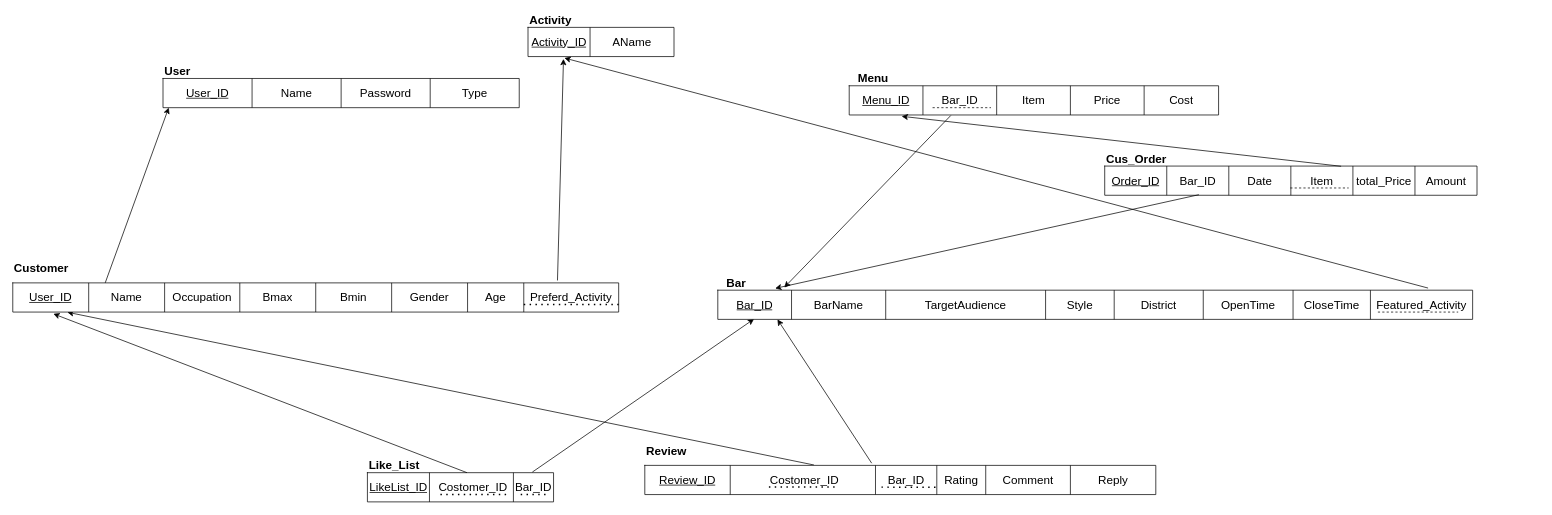
tp12356twNccu/Database_NCCU keeps this draw.io diagram as page "final" (2 of 2) of DBDesign.drawio. Above is the earlier version. Source tidied: cells renumbered, new cells numbered last; positions are measured from the earlier drawing's top-left corner, leaving out a move shared by most shapes. Both pictures are drawn from the tidied source at 73%, with x=0, y=0 at pixel (12, 12).
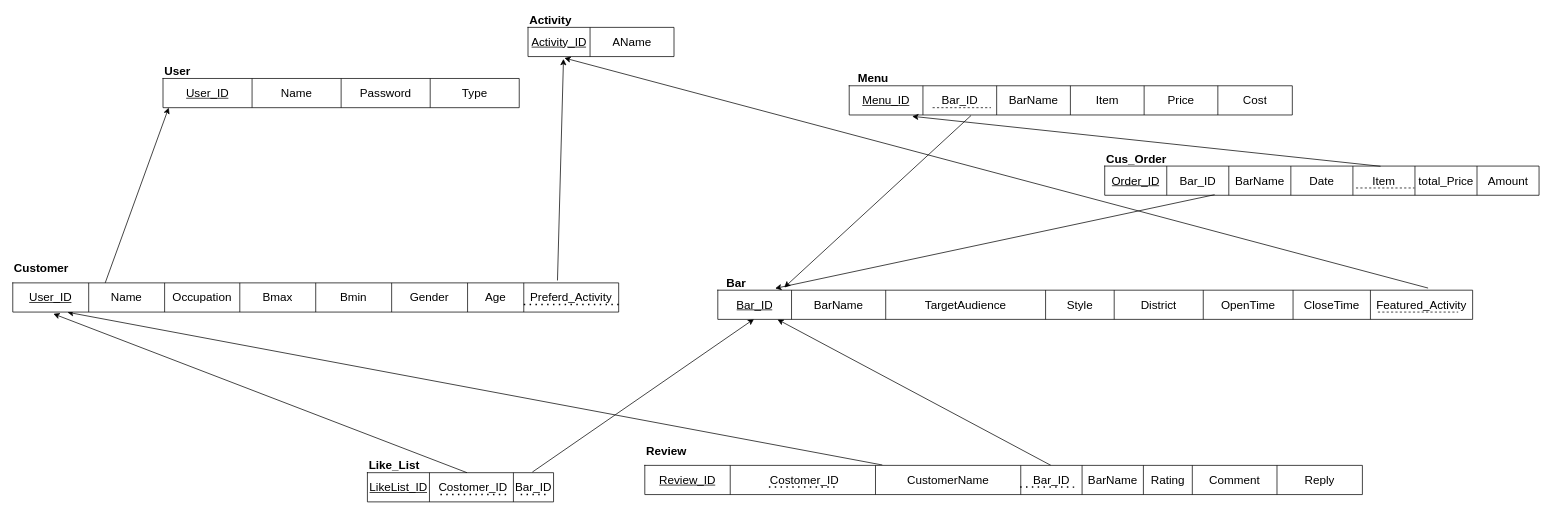
Above is the later version.

The change refers to these unchanged cells:
```xml
<mxCell id="40" style="shape=tableRow;horizontal=0;startSize=0;swimlaneHead=0;swimlaneBody=0;strokeColor=inherit;top=0;left=0;bottom=0;right=0;fillColor=none;points=[[0,0.5],[1,0.5]];portConstraint=eastwest;fontSize=16;" parent="39" vertex="1">
  <mxGeometry width="1034" height="40" as="geometry" />
</mxCell>
```

Diff of the diagram source:
```diff
@@
-    <mxCell id="13" style="rounded=0;jettySize=auto;html=1;entryX=0.079;entryY=1.001;entryDx=0;entryDy=0;entryPerimeter=0;exitX=0.444;exitY=-0.074;exitDx=0;exitDy=0;exitPerimeter=0;" parent="1" edge="1" source="25" target="40">
+    <mxCell id="13" style="rounded=0;jettySize=auto;html=1;entryX=0.079;entryY=1.001;entryDx=0;entryDy=0;entryPerimeter=0;exitX=0.566;exitY=0.001;exitDx=0;exitDy=0;exitPerimeter=0;" parent="1" edge="1" source="25" target="40">
       <mxGeometry relative="1" as="geometry" />
     </mxCell>
@@
     <mxCell id="24" style="shape=table;startSize=0;childLayout=tableLayout;fontSize=12;" parent="1" vertex="1">
-      <mxGeometry x="865.8" y="620" width="700" height="40" as="geometry" />
+      <mxGeometry x="865.8" y="620" width="983" height="40" as="geometry" />
     </mxCell>
     <mxCell id="25" style="shape=tableRow;horizontal=0;startSize=0;swimlaneHead=0;swimlaneBody=0;strokeColor=inherit;top=0;left=0;bottom=0;right=0;fillColor=none;points=[[0,0.5],[1,0.5]];portConstraint=eastwest;fontSize=16;" parent="24" vertex="1">
-      <mxGeometry width="700" height="40" as="geometry" />
+      <mxGeometry width="983" height="40" as="geometry" />
     </mxCell>
@@
+    <mxCell id="87" value="CustomerName" style="shape=partialRectangle;html=1;whiteSpace=wrap;strokeColor=inherit;overflow=hidden;fillColor=none;top=0;left=0;bottom=0;right=0;fontSize=16;" parent="25" vertex="1">
+      <mxGeometry x="316" width="199" height="40" as="geometry" />
+    </mxCell>
     <mxCell id="28" value="Bar_ID" style="shape=partialRectangle;html=1;whiteSpace=wrap;strokeColor=inherit;overflow=hidden;fillColor=none;top=0;left=0;bottom=0;right=0;fontSize=16;" parent="25" vertex="1">
-      <mxGeometry x="316" width="84" height="40" as="geometry" />
+      <mxGeometry x="515" width="84" height="40" as="geometry" />
     </mxCell>
+    <mxCell id="88" value="BarName" style="shape=partialRectangle;html=1;whiteSpace=wrap;strokeColor=inherit;overflow=hidden;fillColor=none;top=0;left=0;bottom=0;right=0;fontSize=16;" parent="25" vertex="1">
+      <mxGeometry x="599" width="84" height="40" as="geometry" />
+    </mxCell>
     <mxCell id="29" value="Rating" style="shape=partialRectangle;html=1;whiteSpace=wrap;strokeColor=inherit;overflow=hidden;fillColor=none;top=0;left=0;bottom=0;right=0;fontSize=16;" parent="25" vertex="1">
-      <mxGeometry x="400" width="67" height="40" as="geometry" />
+      <mxGeometry x="683" width="67" height="40" as="geometry" />
     </mxCell>
     <mxCell id="30" value="Comment" style="shape=partialRectangle;html=1;whiteSpace=wrap;strokeColor=inherit;overflow=hidden;fillColor=none;top=0;left=0;bottom=0;right=0;fontSize=16;" parent="25" vertex="1">
-      <mxGeometry x="467" width="116" height="40" as="geometry" />
+      <mxGeometry x="750" width="116" height="40" as="geometry" />
     </mxCell>
     <mxCell id="31" value="Reply" style="shape=partialRectangle;html=1;whiteSpace=wrap;strokeColor=inherit;overflow=hidden;fillColor=none;top=0;left=0;bottom=0;right=0;fontSize=16;" parent="25" vertex="1">
-      <mxGeometry x="583" width="117" height="40" as="geometry" />
+      <mxGeometry x="866" width="117" height="40" as="geometry" />
     </mxCell>
@@
     <mxCell id="53" style="shape=table;startSize=0;childLayout=tableLayout;fontSize=16;" parent="1" vertex="1">
-      <mxGeometry x="1145.8" y="100" width="506" height="40" as="geometry" />
+      <mxGeometry x="1145.8" y="100" width="607" height="40" as="geometry" />
     </mxCell>
     <mxCell id="54" style="shape=tableRow;horizontal=0;startSize=0;swimlaneHead=0;swimlaneBody=0;strokeColor=inherit;top=0;left=0;bottom=0;right=0;fillColor=none;points=[[0,0.5],[1,0.5]];portConstraint=eastwest;fontSize=16;" parent="53" vertex="1">
-      <mxGeometry width="506" height="40" as="geometry" />
+      <mxGeometry width="607" height="40" as="geometry" />
     </mxCell>
@@
+    <mxCell id="89" value="BarName" style="shape=partialRectangle;html=1;whiteSpace=wrap;strokeColor=inherit;overflow=hidden;fillColor=none;top=0;left=0;bottom=0;right=0;fontSize=16;" parent="54" vertex="1">
+      <mxGeometry x="202" width="101" height="40" as="geometry" />
+    </mxCell>
     <mxCell id="57" value="Item" style="shape=partialRectangle;html=1;whiteSpace=wrap;strokeColor=inherit;overflow=hidden;fillColor=none;top=0;left=0;bottom=0;right=0;fontSize=16;" parent="54" vertex="1">
-      <mxGeometry x="202" width="101" height="40" as="geometry" />
+      <mxGeometry x="303" width="101" height="40" as="geometry" />
     </mxCell>
     <mxCell id="58" value="Price" style="shape=partialRectangle;html=1;whiteSpace=wrap;strokeColor=inherit;overflow=hidden;fillColor=none;top=0;left=0;bottom=0;right=0;fontSize=16;" parent="54" vertex="1">
-      <mxGeometry x="303" width="101" height="40" as="geometry" />
+      <mxGeometry x="404" width="101" height="40" as="geometry" />
     </mxCell>
     <mxCell id="59" value="Cost" style="shape=partialRectangle;html=1;whiteSpace=wrap;strokeColor=inherit;overflow=hidden;fillColor=none;top=0;left=0;bottom=0;right=0;fontSize=16;" parent="54" vertex="1">
-      <mxGeometry x="404" width="102" height="40" as="geometry" />
+      <mxGeometry x="505" width="102" height="40" as="geometry" />
     </mxCell>
@@
     <mxCell id="61" style="shape=table;startSize=0;childLayout=tableLayout;fontSize=16;" parent="1" vertex="1">
-      <mxGeometry x="1495.8" y="210" width="510" height="40" as="geometry" />
+      <mxGeometry x="1495.8" y="210" width="595" height="40" as="geometry" />
     </mxCell>
     <mxCell id="62" style="shape=tableRow;horizontal=0;startSize=0;swimlaneHead=0;swimlaneBody=0;strokeColor=inherit;top=0;left=0;bottom=0;right=0;fillColor=none;points=[[0,0.5],[1,0.5]];portConstraint=eastwest;fontSize=16;" parent="61" vertex="1">
-      <mxGeometry width="510" height="40" as="geometry" />
+      <mxGeometry width="595" height="40" as="geometry" />
     </mxCell>
@@
+    <mxCell id="90" value="BarName" style="shape=partialRectangle;html=1;whiteSpace=wrap;strokeColor=inherit;overflow=hidden;fillColor=none;top=0;left=0;bottom=0;right=0;fontSize=16;" parent="62" vertex="1">
+      <mxGeometry x="170" width="85" height="40" as="geometry" />
+    </mxCell>
     <mxCell id="65" value="Date" style="shape=partialRectangle;html=1;whiteSpace=wrap;strokeColor=inherit;overflow=hidden;fillColor=none;top=0;left=0;bottom=0;right=0;fontSize=16;" parent="62" vertex="1">
-      <mxGeometry x="170" width="85" height="40" as="geometry" />
+      <mxGeometry x="255" width="85" height="40" as="geometry" />
     </mxCell>
     <mxCell id="66" value="Item" style="shape=partialRectangle;html=1;whiteSpace=wrap;strokeColor=inherit;overflow=hidden;fillColor=none;top=0;left=0;bottom=0;right=0;fontSize=16;" parent="62" vertex="1">
-      <mxGeometry x="255" width="85" height="40" as="geometry" />
+      <mxGeometry x="340" width="85" height="40" as="geometry" />
     </mxCell>
     <mxCell id="67" value="total_Price" style="shape=partialRectangle;html=1;whiteSpace=wrap;strokeColor=inherit;overflow=hidden;fillColor=none;top=0;left=0;bottom=0;right=0;fontSize=16;" parent="62" vertex="1">
-      <mxGeometry x="340" width="85" height="40" as="geometry" />
+      <mxGeometry x="425" width="85" height="40" as="geometry" />
     </mxCell>
     <mxCell id="68" value="Amount" style="shape=partialRectangle;html=1;whiteSpace=wrap;strokeColor=inherit;overflow=hidden;fillColor=none;top=0;left=0;bottom=0;right=0;fontSize=16;" parent="62" vertex="1">
-      <mxGeometry x="425" width="85" height="40" as="geometry" />
+      <mxGeometry x="510" width="85" height="40" as="geometry" />
     </mxCell>
@@
     <mxCell id="84" style="endArrow=none;dashed=1;html=1;rounded=0;" parent="1" edge="1">
       <mxGeometry relative="1" as="geometry">
-        <mxPoint x="1750" y="240" as="sourcePoint" />
-        <mxPoint x="1830" y="240" as="targetPoint" />
+        <mxPoint x="1840" y="240" as="sourcePoint" />
+        <mxPoint x="1920" y="240" as="targetPoint" />
       </mxGeometry>
     </mxCell>
     <mxCell id="85" style="endArrow=none;dashed=1;html=1;dashPattern=1 3;strokeWidth=2;rounded=0;" parent="1" edge="1">
       <mxGeometry relative="1" as="geometry">
-        <mxPoint x="1190" y="649.8" as="sourcePoint" />
-        <mxPoint x="1270" y="650" as="targetPoint" />
+        <mxPoint x="1380" y="649.6" as="sourcePoint" />
+        <mxPoint x="1460" y="649.8" as="targetPoint" />
       </mxGeometry>
     </mxCell>
```
